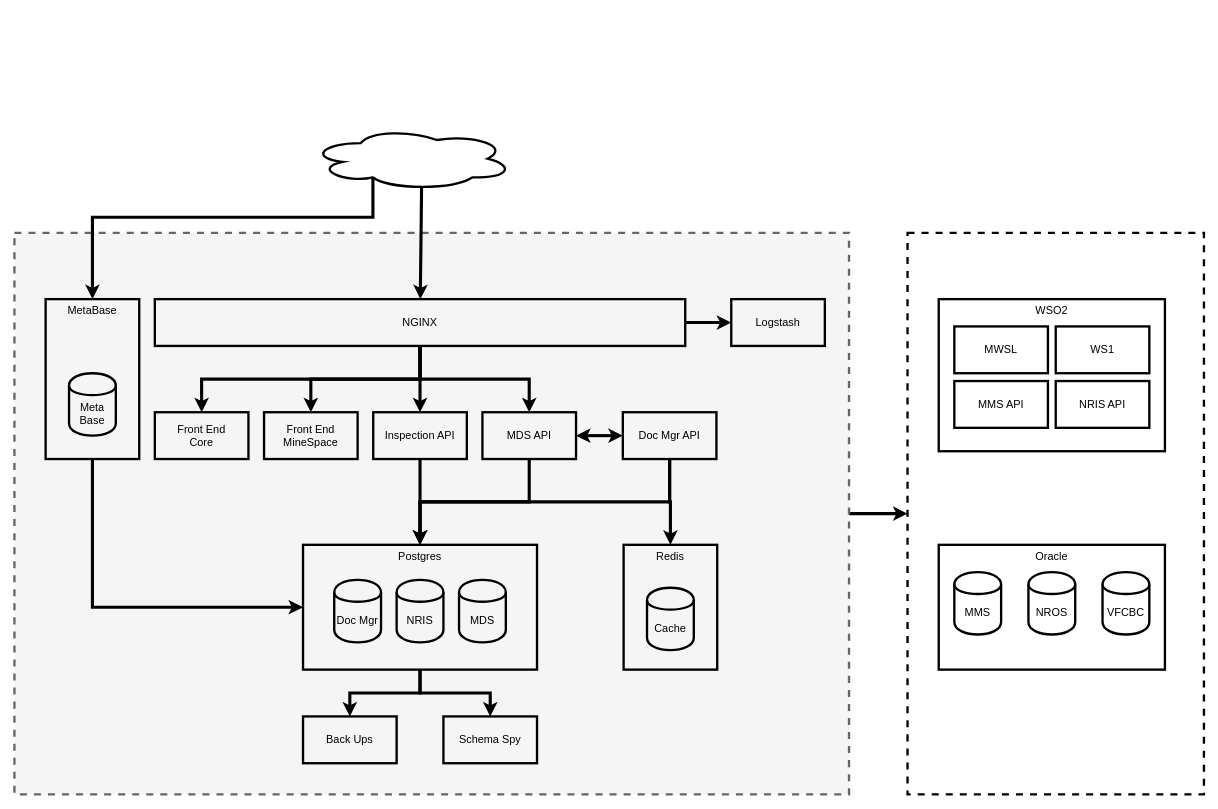
The draw.io diagram page "Simplified" (2 of 6) of docs/architecture/MDS_Arch.drawio in bcgov/mds, before the edit. Source tidied: cells renumbered, new cells numbered last; positions are measured from the earlier drawing's top-left corner, leaving out a move shared by most shapes. Both pictures are drawn from the tidied source at 78%, with x=0, y=0 at pixel (14, 127).
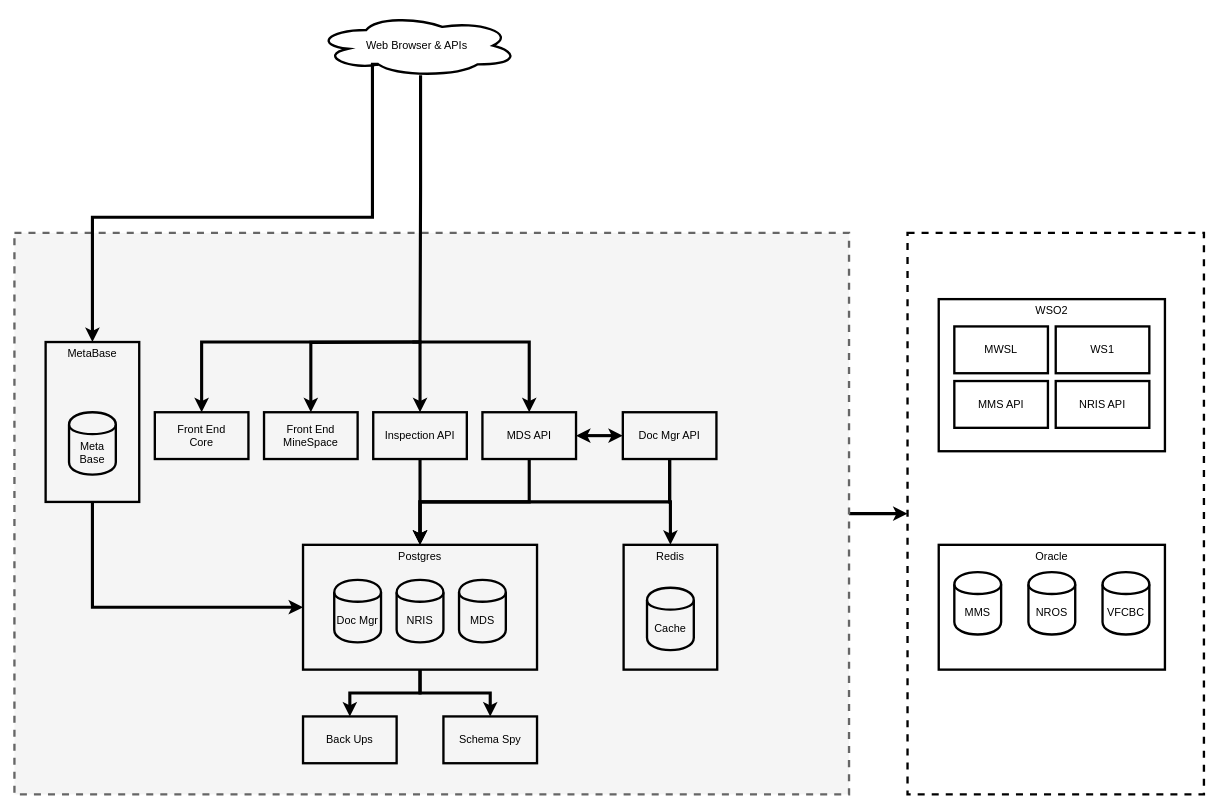
After the change.

The change refers to these unchanged cells:
```xml
<mxCell id="21" value="Front End&lt;br style=&quot;font-size: 14px;&quot;&gt;Core" style="rounded=0;whiteSpace=wrap;html=1;strokeWidth=3;fillColor=none;fontSize=14;" parent="1" vertex="1">
  <mxGeometry x="180" y="365" width="120" height="60" as="geometry" />
</mxCell>
<mxCell id="22" value="Front End&lt;br style=&quot;font-size: 14px;&quot;&gt;MineSpace" style="rounded=0;whiteSpace=wrap;html=1;strokeWidth=3;fillColor=none;fontSize=14;" parent="1" vertex="1">
  <mxGeometry x="320" y="365" width="120" height="60" as="geometry" />
</mxCell>
<mxCell id="26" value="Inspection API" style="rounded=0;whiteSpace=wrap;html=1;strokeWidth=3;fillColor=none;fontSize=14;" parent="1" vertex="1">
  <mxGeometry x="460" y="365" width="120" height="60" as="geometry" />
</mxCell>
<mxCell id="36" value="MDS API" style="rounded=0;whiteSpace=wrap;html=1;strokeWidth=3;fillColor=none;fontSize=14;" parent="1" vertex="1">
  <mxGeometry x="600" y="365" width="120" height="60" as="geometry" />
</mxCell>
```

What changed in the source:
```diff
@@
-    <mxCell id="14" style="edgeStyle=orthogonalEdgeStyle;rounded=0;jettySize=auto;html=1;exitX=0.5;exitY=1;exitDx=0;exitDy=0;entryX=0.5;entryY=0;entryDx=0;entryDy=0;startArrow=none;startFill=0;endArrow=classic;endFill=1;strokeWidth=4;fontSize=14;" parent="1" edge="1" source="19" target="26">
-      <mxGeometry relative="1" as="geometry" />
+    <mxCell id="14" style="edgeStyle=orthogonalEdgeStyle;rounded=0;jettySize=auto;html=1;entryX=0.5;entryY=0;entryDx=0;entryDy=0;startArrow=none;startFill=0;endArrow=classic;endFill=1;strokeWidth=4;fontSize=14;" parent="1" edge="1" target="26">
+      <mxGeometry relative="1" as="geometry">
+        <mxPoint x="510" y="275" as="sourcePoint" />
+        <Array as="points">
+          <mxPoint x="520" y="275" />
+        </Array>
+      </mxGeometry>
     </mxCell>
-    <mxCell id="15" style="edgeStyle=orthogonalEdgeStyle;rounded=0;jettySize=auto;html=1;exitX=0.5;exitY=1;exitDx=0;exitDy=0;startArrow=none;startFill=0;endArrow=classic;endFill=1;strokeWidth=4;fontSize=14;" parent="1" edge="1" source="19" target="22">
-      <mxGeometry relative="1" as="geometry" />
+    <mxCell id="15" style="edgeStyle=orthogonalEdgeStyle;rounded=0;jettySize=auto;html=1;startArrow=none;startFill=0;endArrow=classic;endFill=1;strokeWidth=4;fontSize=14;" parent="1" edge="1" target="22">
+      <mxGeometry relative="1" as="geometry">
+        <mxPoint x="510" y="275" as="sourcePoint" />
+      </mxGeometry>
     </mxCell>
-    <mxCell id="16" style="edgeStyle=orthogonalEdgeStyle;rounded=0;jettySize=auto;html=1;exitX=0.5;exitY=1;exitDx=0;exitDy=0;startArrow=none;startFill=0;endArrow=classic;endFill=1;strokeWidth=4;fontSize=14;" parent="1" edge="1" source="19" target="21">
-      <mxGeometry relative="1" as="geometry" />
+    <mxCell id="16" style="edgeStyle=orthogonalEdgeStyle;rounded=0;jettySize=auto;html=1;exitX=0.518;exitY=0.975;exitDx=0;exitDy=0;startArrow=none;startFill=0;endArrow=classic;endFill=1;strokeWidth=4;fontSize=14;exitPerimeter=0;" parent="1" edge="1" source="39" target="21">
+      <mxGeometry relative="1" as="geometry">
+        <Array as="points">
+          <mxPoint x="520" y="78" />
+          <mxPoint x="520" y="275" />
+          <mxPoint x="240" y="275" />
+        </Array>
+      </mxGeometry>
     </mxCell>
-    <mxCell id="17" style="edgeStyle=orthogonalEdgeStyle;rounded=0;jettySize=auto;html=1;exitX=0.5;exitY=1;exitDx=0;exitDy=0;startArrow=none;startFill=0;endArrow=classic;endFill=1;strokeWidth=4;fontSize=14;entryX=0.5;entryY=0;entryDx=0;entryDy=0;" parent="1" edge="1" source="19" target="36">
-      <mxGeometry relative="1" as="geometry" />
+    <mxCell id="17" style="edgeStyle=orthogonalEdgeStyle;rounded=0;jettySize=auto;html=1;startArrow=none;startFill=0;endArrow=classic;endFill=1;strokeWidth=4;fontSize=14;entryX=0.5;entryY=0;entryDx=0;entryDy=0;" parent="1" edge="1" target="36">
+      <mxGeometry relative="1" as="geometry">
+        <mxPoint x="510" y="275" as="sourcePoint" />
+        <Array as="points">
+          <mxPoint x="660" y="275" />
+        </Array>
+      </mxGeometry>
     </mxCell>
-    <mxCell id="18" style="edgeStyle=orthogonalEdgeStyle;rounded=0;jettySize=auto;html=1;exitX=1;exitY=0.5;exitDx=0;exitDy=0;startArrow=none;startFill=0;endArrow=classic;endFill=1;strokeWidth=4;fontSize=14;" parent="1" edge="1" source="19" target="23">
-      <mxGeometry relative="1" as="geometry" />
-    </mxCell>
-    <mxCell id="19" value="NGINX" style="rounded=0;whiteSpace=wrap;html=1;strokeWidth=3;fillColor=none;fontSize=14;" parent="1" vertex="1">
-      <mxGeometry x="180" y="220" width="680" height="60" as="geometry" />
-    </mxCell>
@@
-    <mxCell id="23" value="Logstash" style="rounded=0;whiteSpace=wrap;html=1;strokeWidth=3;fillColor=none;fontSize=14;" parent="1" vertex="1">
-      <mxGeometry x="919" y="220" width="120" height="60" as="geometry" />
-    </mxCell>
@@
-    <mxCell id="31" value="MetaBase" style="rounded=0;whiteSpace=wrap;html=1;strokeWidth=3;fillColor=none;fontSize=14;verticalAlign=top;" parent="1" vertex="1">
-      <mxGeometry x="40" y="220" width="120" height="205" as="geometry" />
-    </mxCell>
@@
-    <mxCell id="39" style="ellipse;shape=cloud;whiteSpace=wrap;html=1;strokeWidth=3;fillColor=none;fontSize=14;" parent="1" vertex="1">
-      <mxGeometry x="379" width="260" height="80" as="geometry" />
+    <mxCell id="39" value="Web Browser &amp;amp; APIs" style="ellipse;shape=cloud;whiteSpace=wrap;html=1;strokeWidth=3;fillColor=none;fontSize=14;" parent="1" vertex="1">
+      <mxGeometry x="386" y="-145" width="260" height="80" as="geometry" />
     </mxCell>
@@
-    <mxCell id="45" style="endArrow=classic;html=1;strokeWidth=4;fontSize=14;exitX=0.55;exitY=0.95;exitDx=0;exitDy=0;exitPerimeter=0;" parent="1" edge="1" source="39" target="19">
-      <mxGeometry relative="1" as="geometry" />
-    </mxCell>
+    <mxCell id="47" style="group;" parent="1" vertex="1">
+      <mxGeometry x="40" y="275" width="120" height="205" as="geometry" />
+    </mxCell>
+    <mxCell id="31" value="MetaBase" style="rounded=0;whiteSpace=wrap;html=1;strokeWidth=3;fillColor=none;fontSize=14;verticalAlign=top;" parent="47" vertex="1">
+      <mxGeometry width="120" height="205" as="geometry" />
+    </mxCell>
-    <mxCell id="46" value="Meta&lt;br&gt;Base" style="shape=cylinder;whiteSpace=wrap;html=1;boundedLbl=1;backgroundOutline=1;strokeWidth=3;fillColor=none;fontSize=14;" parent="1" vertex="1">
-      <mxGeometry x="70" y="315" width="60" height="80" as="geometry" />
+    <mxCell id="46" value="Meta&lt;br&gt;Base" style="shape=cylinder;whiteSpace=wrap;html=1;boundedLbl=1;backgroundOutline=1;strokeWidth=3;fillColor=none;fontSize=14;" parent="47" vertex="1">
+      <mxGeometry x="30" y="90" width="60" height="80" as="geometry" />
     </mxCell>
```
